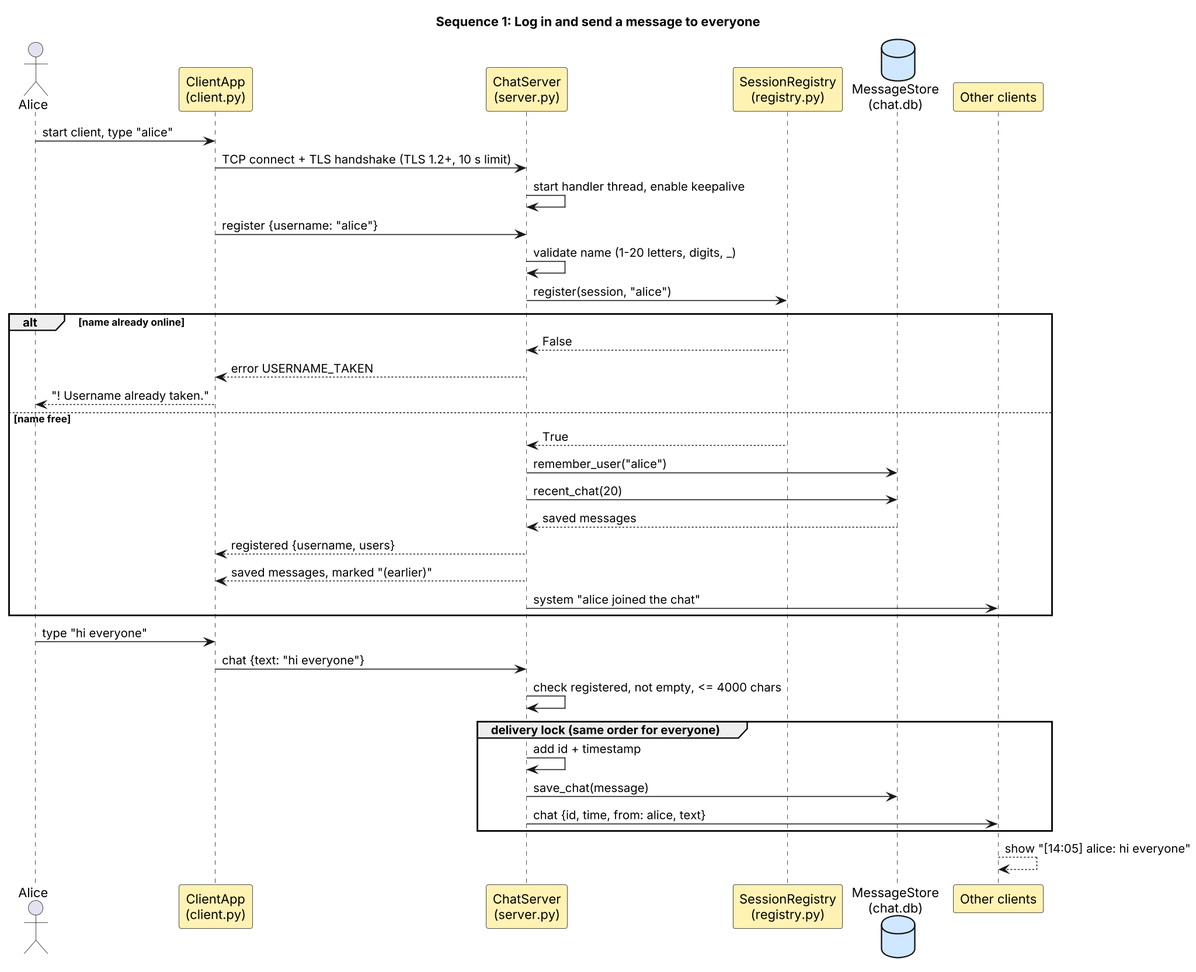
The PlantUML diagram Documents/diagrams/sequence_login_and_message.png in Kabir7code/Chat-application-Socket-Programming-, before a commit.
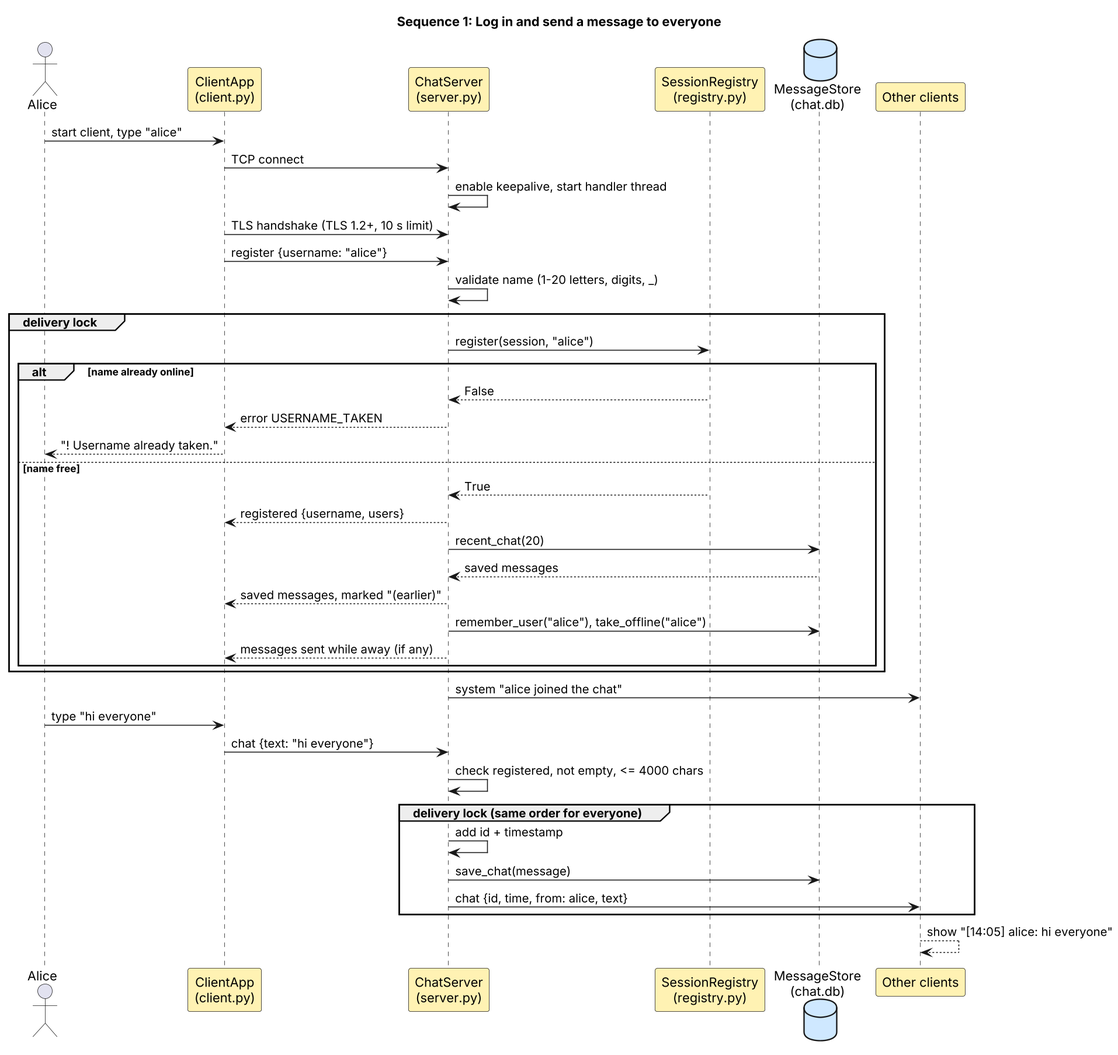
Above is the later version.

The edit, as a diff of the source:
```diff
@@ -14,10 +14,12 @@
 participant "Other clients" as O
 
 Alice -> C : start client, type "alice"
-C -> S : TCP connect + TLS handshake (TLS 1.2+, 10 s limit)
-S -> S : start handler thread, enable keepalive
+C -> S : TCP connect
+S -> S : enable keepalive, start handler thread
+C -> S : TLS handshake (TLS 1.2+, 10 s limit)
 C -> S : register {username: "alice"}
 S -> S : validate name (1-20 letters, digits, _)
+group delivery lock
 S -> R : register(session, "alice")
 alt name already online
   R --> S : False
@@ -25,13 +27,15 @@
   C --> Alice : "! Username already taken."
 else name free
   R --> S : True
-  S -> DB : remember_user("alice")
+  S --> C : registered {username, users}
   S -> DB : recent_chat(20)
   DB --> S : saved messages
-  S --> C : registered {username, users}
   S --> C : saved messages, marked "(earlier)"
-  S -> O : system "alice joined the chat"
+  S -> DB : remember_user("alice"), take_offline("alice")
+  S --> C : messages sent while away (if any)
 end
+end
+S -> O : system "alice joined the chat"
 
 Alice -> C : type "hi everyone"
 C -> S : chat {text: "hi everyone"}
```
